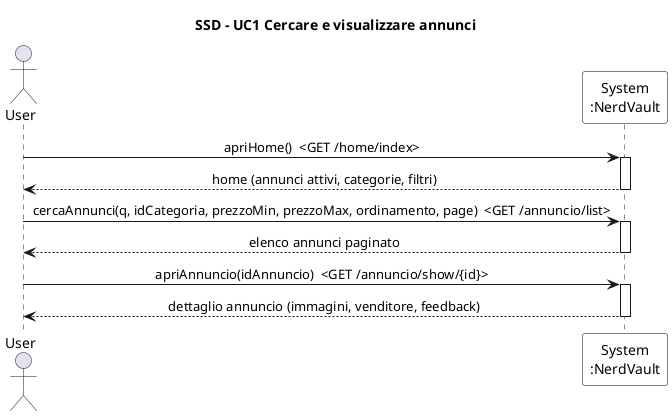
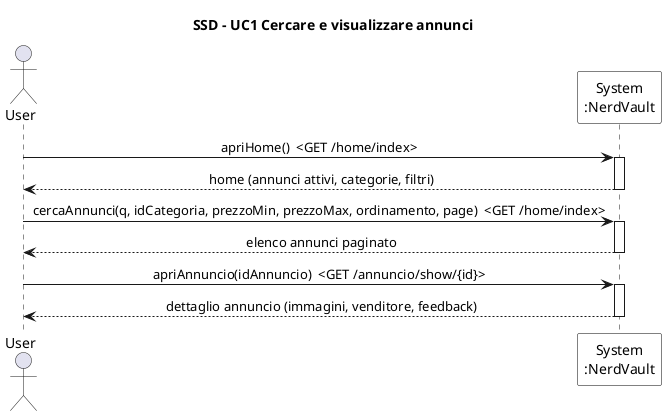
@startuml SSD_UC1_RicercaAnnunci
' System Sequence Diagram - UC1 Cercare e visualizzare annunci
' Ogni operazione di sistema corrisponde a una richiesta HTTP del client.
title SSD - UC1 Cercare e visualizzare annunci

skinparam sequenceMessageAlign center
skinparam participant {
  BorderColor black
  BackgroundColor white
}

actor "User" as U
participant "System\n:NerdVault" as S

U -> S : apriHome()  <GET /home/index>
activate S
S --> U : home (annunci attivi, categorie, filtri)
deactivate S

- U -> S : cercaAnnunci(q, idCategoria, prezzoMin, prezzoMax, ordinamento, page)  <GET /annuncio/list>
+ U -> S : cercaAnnunci(q, idCategoria, prezzoMin, prezzoMax, ordinamento, page)  <GET /home/index>
activate S
S --> U : elenco annunci paginato
deactivate S

U -> S : apriAnnuncio(idAnnuncio)  <GET /annuncio/show/{id}>
activate S
S --> U : dettaglio annuncio (immagini, venditore, feedback)
deactivate S
@enduml
